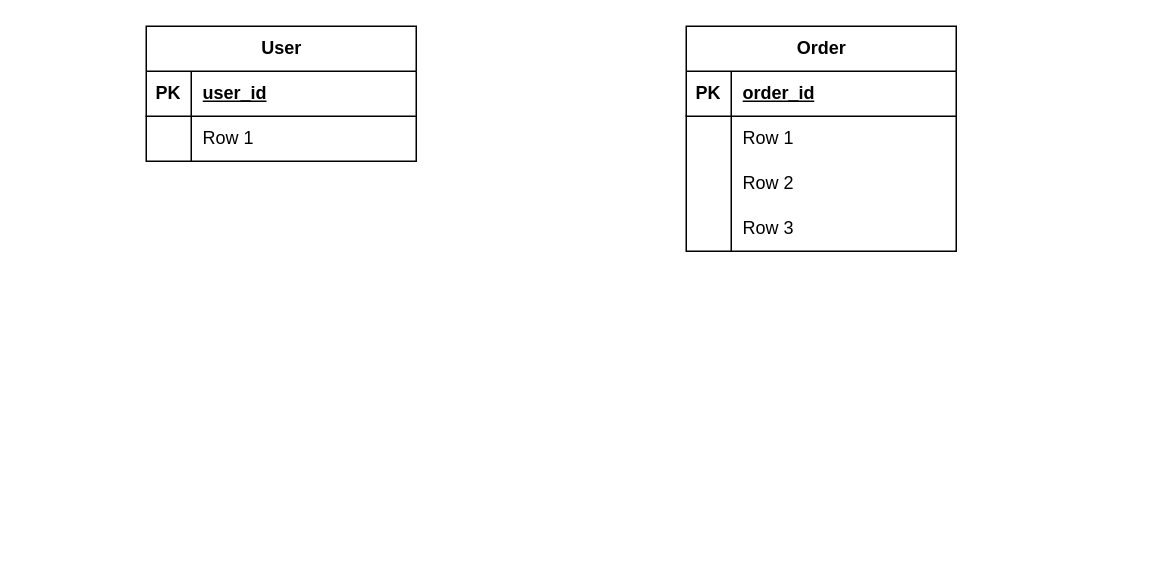
The draw.io diagram page "database" (1 of 2) of docs/diagram.drawio in vintoniuk/anadeabot, before the edit. Source tidied: cells renumbered, new cells numbered last; positions are measured from the earlier drawing's top-left corner, leaving out a move shared by most shapes. Both pictures are drawn from the tidied source at 150%, with x=0, y=0 at pixel (146, 26).
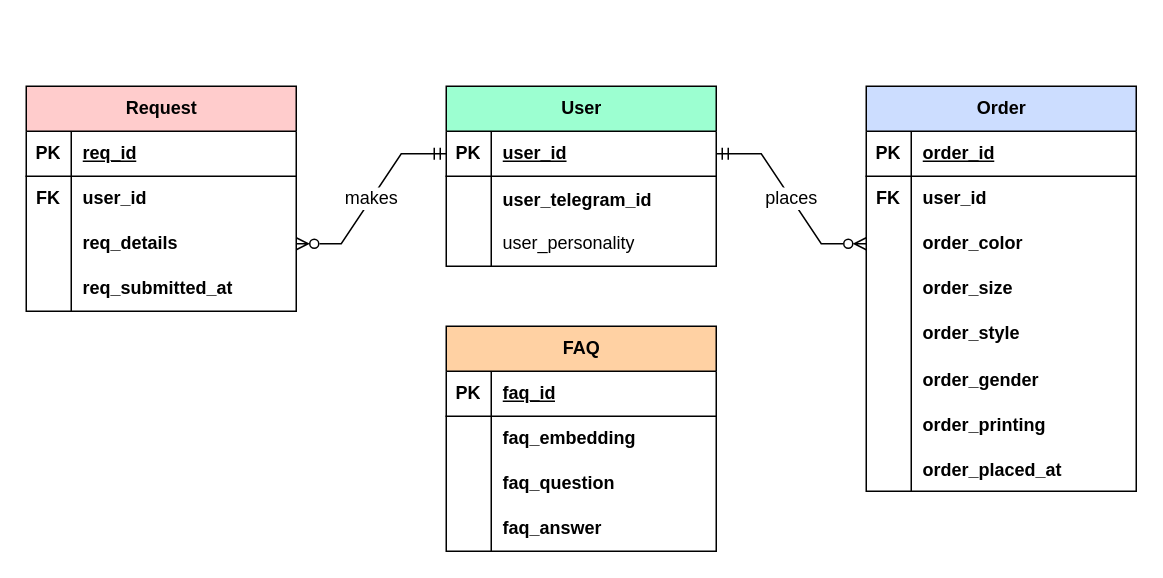
The same diagram, later.

The edit, as a diff of the source:
```diff
@@
-    <mxCell id="2" value="User" style="shape=table;startSize=30;childLayout=tableLayout;rowLines=0;fontStyle=1;align=center;html=1;" parent="1" vertex="1">
-      <mxGeometry width="180" height="90" as="geometry" />
+    <mxCell id="2" value="User" style="shape=table;startSize=30;childLayout=tableLayout;rowLines=0;fontStyle=1;align=center;html=1;fillColor=#9CFFD1;fontFamily=JetBrains Mono;swimlaneFillColor=default;" parent="1" vertex="1">
+      <mxGeometry x="200" y="40" width="180" height="120" as="geometry" />
     </mxCell>
-    <mxCell id="3" style="shape=tableRow;horizontal=0;startSize=0;swimlaneHead=0;swimlaneBody=0;fillColor=none;points=[[0,0.5],[1,0.5]];portConstraint=eastwest;top=0;left=0;right=0;bottom=1;" parent="2" vertex="1">
+    <mxCell id="3" style="shape=tableRow;horizontal=0;startSize=0;swimlaneHead=0;swimlaneBody=0;fillColor=none;points=[[0,0.5],[1,0.5]];portConstraint=eastwest;top=0;left=0;right=0;bottom=1;fontFamily=JetBrains Mono;" parent="2" vertex="1">
       <mxGeometry y="30" width="180" height="30" as="geometry" />
     </mxCell>
-    <mxCell id="4" value="PK" style="shape=partialRectangle;fillColor=none;top=0;left=0;bottom=0;right=0;fontStyle=1;overflow=hidden;whiteSpace=wrap;html=1;" parent="3" vertex="1">
+    <mxCell id="4" value="PK" style="shape=partialRectangle;fillColor=none;top=0;left=0;bottom=0;right=0;fontStyle=1;overflow=hidden;whiteSpace=wrap;html=1;fontFamily=JetBrains Mono;" parent="3" vertex="1">
       <mxGeometry width="30" height="30" as="geometry" />
     </mxCell>
-    <mxCell id="5" value="user_id" style="shape=partialRectangle;fillColor=none;top=0;left=0;bottom=0;right=0;align=left;spacingLeft=6;fontStyle=5;overflow=hidden;whiteSpace=wrap;html=1;" parent="3" vertex="1">
+    <mxCell id="5" value="user_id" style="shape=partialRectangle;fillColor=none;top=0;left=0;bottom=0;right=0;align=left;spacingLeft=6;fontStyle=5;overflow=hidden;whiteSpace=wrap;html=1;fontFamily=JetBrains Mono;" parent="3" vertex="1">
       <mxGeometry x="30" width="150" height="30" as="geometry" />
     </mxCell>
+    <mxCell id="22" style="shape=tableRow;horizontal=0;startSize=0;swimlaneHead=0;swimlaneBody=0;fillColor=none;top=0;left=0;right=0;bottom=0;" parent="2" vertex="1">
+      <mxGeometry y="60" width="180" height="30" as="geometry" />
+    </mxCell>
+    <mxCell id="23" style="shape=partialRectangle;fillColor=none;top=0;left=0;bottom=0;right=0;overflow=hidden;" parent="22" vertex="1">
+      <mxGeometry width="30" height="30" as="geometry" />
+    </mxCell>
+    <mxCell id="24" value="user_telegram_id" style="shape=partialRectangle;fillColor=none;top=0;left=0;bottom=0;right=0;align=left;spacingLeft=6;overflow=hidden;fontStyle=1;" parent="22" vertex="1">
+      <mxGeometry x="30" width="150" height="30" as="geometry" />
+    </mxCell>
-    <mxCell id="6" style="shape=tableRow;horizontal=0;startSize=0;swimlaneHead=0;swimlaneBody=0;fillColor=none;top=0;left=0;right=0;bottom=0;" parent="2" vertex="1">
-      <mxGeometry y="60" width="180" height="30" as="geometry" />
+    <mxCell id="6" style="shape=tableRow;horizontal=0;startSize=0;swimlaneHead=0;swimlaneBody=0;fillColor=none;top=0;left=0;right=0;bottom=0;fontFamily=JetBrains Mono;" parent="2" vertex="1">
+      <mxGeometry y="90" width="180" height="30" as="geometry" />
     </mxCell>
-    <mxCell id="7" style="shape=partialRectangle;fillColor=none;top=0;left=0;bottom=0;right=0;overflow=hidden;whiteSpace=wrap;html=1;" parent="6" vertex="1">
+    <mxCell id="7" style="shape=partialRectangle;fillColor=none;top=0;left=0;bottom=0;right=0;overflow=hidden;whiteSpace=wrap;html=1;fontFamily=JetBrains Mono;" parent="6" vertex="1">
       <mxGeometry width="30" height="30" as="geometry" />
     </mxCell>
-    <mxCell id="8" value="Row 1" style="shape=partialRectangle;fillColor=none;top=0;left=0;bottom=0;right=0;align=left;spacingLeft=6;overflow=hidden;whiteSpace=wrap;html=1;" parent="6" vertex="1">
+    <mxCell id="8" value="user_personality" style="shape=partialRectangle;fillColor=none;top=0;left=0;bottom=0;right=0;align=left;spacingLeft=6;overflow=hidden;whiteSpace=wrap;html=1;fontFamily=JetBrains Mono;fontStyle=0;" parent="6" vertex="1">
       <mxGeometry x="30" width="150" height="30" as="geometry" />
     </mxCell>
-    <mxCell id="9" value="Order" style="shape=table;startSize=30;childLayout=tableLayout;rowLines=0;fontStyle=1;align=center;html=1;" parent="1" vertex="1">
-      <mxGeometry x="360" width="180" height="150" as="geometry" />
+    <mxCell id="9" value="Order" style="shape=table;startSize=30;childLayout=tableLayout;rowLines=0;fontStyle=1;align=center;html=1;fillColor=#CCDDFF;fontFamily=JetBrains Mono;rounded=0;shadow=0;swimlaneFillColor=default;swimlaneLine=1;gradientColor=none;" parent="1" vertex="1">
+      <mxGeometry x="480" y="40" width="180" height="270" as="geometry" />
     </mxCell>
-    <mxCell id="10" style="shape=tableRow;horizontal=0;startSize=0;swimlaneHead=0;swimlaneBody=0;fillColor=none;top=0;left=0;right=0;bottom=1;" parent="9" vertex="1">
+    <mxCell id="10" style="shape=tableRow;horizontal=0;startSize=0;swimlaneHead=0;swimlaneBody=0;fillColor=none;top=0;left=0;right=0;bottom=1;fontFamily=JetBrains Mono;" parent="9" vertex="1">
       <mxGeometry y="30" width="180" height="30" as="geometry" />
     </mxCell>
-    <mxCell id="11" value="PK" style="shape=partialRectangle;fillColor=none;top=0;left=0;bottom=0;right=0;fontStyle=1;overflow=hidden;whiteSpace=wrap;html=1;" parent="10" vertex="1">
+    <mxCell id="11" value="PK" style="shape=partialRectangle;fillColor=none;top=0;left=0;bottom=0;right=0;fontStyle=1;overflow=hidden;whiteSpace=wrap;html=1;fontFamily=JetBrains Mono;" parent="10" vertex="1">
       <mxGeometry width="30" height="30" as="geometry" />
     </mxCell>
-    <mxCell id="12" value="order_id" style="shape=partialRectangle;fillColor=none;top=0;left=0;bottom=0;right=0;align=left;spacingLeft=6;fontStyle=5;overflow=hidden;whiteSpace=wrap;html=1;" parent="10" vertex="1">
+    <mxCell id="12" value="order_id" style="shape=partialRectangle;fillColor=none;top=0;left=0;bottom=0;right=0;align=left;spacingLeft=6;fontStyle=5;overflow=hidden;whiteSpace=wrap;html=1;fontFamily=JetBrains Mono;" parent="10" vertex="1">
       <mxGeometry x="30" width="150" height="30" as="geometry" />
     </mxCell>
+    <mxCell id="25" style="shape=tableRow;horizontal=0;startSize=0;swimlaneHead=0;swimlaneBody=0;fillColor=none;top=0;left=0;right=0;bottom=0;fontStyle=1;fontFamily=JetBrains Mono;" parent="9" vertex="1">
+      <mxGeometry y="60" width="180" height="30" as="geometry" />
+    </mxCell>
+    <mxCell id="26" value="FK" style="shape=partialRectangle;fillColor=none;top=0;left=0;bottom=0;right=0;fontStyle=1;overflow=hidden;whiteSpace=wrap;html=1;fontFamily=JetBrains Mono;" parent="25" vertex="1">
+      <mxGeometry width="30" height="30" as="geometry" />
+    </mxCell>
+    <mxCell id="27" value="user_id" style="shape=partialRectangle;fillColor=none;top=0;left=0;bottom=0;right=0;align=left;spacingLeft=6;fontStyle=1;overflow=hidden;whiteSpace=wrap;html=1;fontFamily=JetBrains Mono;" parent="25" vertex="1">
+      <mxGeometry x="30" width="150" height="30" as="geometry" />
+    </mxCell>
-    <mxCell id="13" style="shape=tableRow;horizontal=0;startSize=0;swimlaneHead=0;swimlaneBody=0;fillColor=none;points=[[0,0.5],[1,0.5]];portConstraint=eastwest;top=0;left=0;right=0;bottom=0;" parent="9" vertex="1">
-      <mxGeometry y="60" width="180" height="30" as="geometry" />
+    <mxCell id="13" style="shape=tableRow;horizontal=0;startSize=0;swimlaneHead=0;swimlaneBody=0;fillColor=none;points=[[0,0.5],[1,0.5]];portConstraint=eastwest;top=0;left=0;right=0;bottom=0;fontFamily=JetBrains Mono;" parent="9" vertex="1">
+      <mxGeometry y="90" width="180" height="30" as="geometry" />
     </mxCell>
-    <mxCell id="14" style="shape=partialRectangle;fillColor=none;top=0;left=0;bottom=0;right=0;overflow=hidden;whiteSpace=wrap;html=1;" parent="13" vertex="1">
+    <mxCell id="14" style="shape=partialRectangle;fillColor=none;top=0;left=0;bottom=0;right=0;overflow=hidden;whiteSpace=wrap;html=1;fontFamily=JetBrains Mono;" parent="13" vertex="1">
       <mxGeometry width="30" height="30" as="geometry" />
     </mxCell>
-    <mxCell id="15" value="Row 1" style="shape=partialRectangle;fillColor=none;top=0;left=0;bottom=0;right=0;align=left;spacingLeft=6;overflow=hidden;whiteSpace=wrap;html=1;" parent="13" vertex="1">
+    <mxCell id="15" value="order_color" style="shape=partialRectangle;fillColor=none;top=0;left=0;bottom=0;right=0;align=left;spacingLeft=6;overflow=hidden;whiteSpace=wrap;html=1;fontStyle=1;fontFamily=JetBrains Mono;" parent="13" vertex="1">
       <mxGeometry x="30" width="150" height="30" as="geometry" />
     </mxCell>
-    <mxCell id="16" style="shape=tableRow;horizontal=0;startSize=0;swimlaneHead=0;swimlaneBody=0;fillColor=none;top=0;left=0;right=0;bottom=0;" parent="9" vertex="1">
-      <mxGeometry y="90" width="180" height="30" as="geometry" />
+    <mxCell id="16" style="shape=tableRow;horizontal=0;startSize=0;swimlaneHead=0;swimlaneBody=0;fillColor=none;top=0;left=0;right=0;bottom=0;fontFamily=JetBrains Mono;" parent="9" vertex="1">
+      <mxGeometry y="120" width="180" height="30" as="geometry" />
     </mxCell>
-    <mxCell id="17" style="shape=partialRectangle;fillColor=none;top=0;left=0;bottom=0;right=0;overflow=hidden;whiteSpace=wrap;html=1;" parent="16" vertex="1">
+    <mxCell id="17" style="shape=partialRectangle;fillColor=none;top=0;left=0;bottom=0;right=0;overflow=hidden;whiteSpace=wrap;html=1;fontFamily=JetBrains Mono;" parent="16" vertex="1">
       <mxGeometry width="30" height="30" as="geometry" />
     </mxCell>
-    <mxCell id="18" value="Row 2" style="shape=partialRectangle;fillColor=none;top=0;left=0;bottom=0;right=0;align=left;spacingLeft=6;overflow=hidden;whiteSpace=wrap;html=1;" parent="16" vertex="1">
+    <mxCell id="18" value="order_size" style="shape=partialRectangle;fillColor=none;top=0;left=0;bottom=0;right=0;align=left;spacingLeft=6;overflow=hidden;whiteSpace=wrap;html=1;fontStyle=1;fontFamily=JetBrains Mono;" parent="16" vertex="1">
       <mxGeometry x="30" width="150" height="30" as="geometry" />
     </mxCell>
-    <mxCell id="19" style="shape=tableRow;horizontal=0;startSize=0;swimlaneHead=0;swimlaneBody=0;fillColor=none;top=0;left=0;right=0;bottom=0;" parent="9" vertex="1">
-      <mxGeometry y="120" width="180" height="30" as="geometry" />
+    <mxCell id="19" style="shape=tableRow;horizontal=0;startSize=0;swimlaneHead=0;swimlaneBody=0;fillColor=none;top=0;left=0;right=0;bottom=0;fontFamily=JetBrains Mono;" parent="9" vertex="1">
+      <mxGeometry y="150" width="180" height="30" as="geometry" />
     </mxCell>
-    <mxCell id="20" style="shape=partialRectangle;fillColor=none;top=0;left=0;bottom=0;right=0;overflow=hidden;whiteSpace=wrap;html=1;" parent="19" vertex="1">
+    <mxCell id="20" style="shape=partialRectangle;fillColor=none;top=0;left=0;bottom=0;right=0;overflow=hidden;whiteSpace=wrap;html=1;fontFamily=JetBrains Mono;" parent="19" vertex="1">
       <mxGeometry width="30" height="30" as="geometry" />
     </mxCell>
-    <mxCell id="21" value="Row 3" style="shape=partialRectangle;fillColor=none;top=0;left=0;bottom=0;right=0;align=left;spacingLeft=6;overflow=hidden;whiteSpace=wrap;html=1;" parent="19" vertex="1">
+    <mxCell id="21" value="&lt;b&gt;order_style&lt;/b&gt;" style="shape=partialRectangle;fillColor=none;top=0;left=0;bottom=0;right=0;align=left;spacingLeft=6;overflow=hidden;whiteSpace=wrap;html=1;fontFamily=JetBrains Mono;" parent="19" vertex="1">
       <mxGeometry x="30" width="150" height="30" as="geometry" />
     </mxCell>
+    <mxCell id="28" style="shape=tableRow;horizontal=0;startSize=0;swimlaneHead=0;swimlaneBody=0;fillColor=none;top=0;left=0;right=0;bottom=0;fontFamily=JetBrains Mono;" parent="9" vertex="1">
+      <mxGeometry y="180" width="180" height="30" as="geometry" />
+    </mxCell>
+    <mxCell id="29" style="shape=partialRectangle;fillColor=none;top=0;left=0;bottom=0;right=0;overflow=hidden;fontFamily=JetBrains Mono;" parent="28" vertex="1">
+      <mxGeometry width="30" height="30" as="geometry" />
+    </mxCell>
+    <mxCell id="30" value="order_gender" style="shape=partialRectangle;fillColor=none;top=0;left=0;bottom=0;right=0;align=left;spacingLeft=6;overflow=hidden;fontStyle=1;fontFamily=JetBrains Mono;" parent="28" vertex="1">
+      <mxGeometry x="30" width="150" height="30" as="geometry" />
+    </mxCell>
+    <mxCell id="31" style="shape=tableRow;horizontal=0;startSize=0;swimlaneHead=0;swimlaneBody=0;fillColor=none;top=0;left=0;right=0;bottom=0;fontFamily=JetBrains Mono;" parent="9" vertex="1">
+      <mxGeometry y="210" width="180" height="30" as="geometry" />
+    </mxCell>
+    <mxCell id="32" style="shape=partialRectangle;fillColor=none;top=0;left=0;bottom=0;right=0;overflow=hidden;fontFamily=JetBrains Mono;" parent="31" vertex="1">
+      <mxGeometry width="30" height="30" as="geometry" />
+    </mxCell>
+    <mxCell id="33" value="order_printing" style="shape=partialRectangle;fillColor=none;top=0;left=0;bottom=0;right=0;align=left;spacingLeft=6;overflow=hidden;fontStyle=1;fontFamily=JetBrains Mono;" parent="31" vertex="1">
+      <mxGeometry x="30" width="150" height="30" as="geometry" />
+    </mxCell>
+    <mxCell id="34" style="shape=tableRow;horizontal=0;startSize=0;swimlaneHead=0;swimlaneBody=0;fillColor=none;top=0;left=0;right=0;bottom=0;fontFamily=JetBrains Mono;" parent="9" vertex="1">
+      <mxGeometry y="240" width="180" height="30" as="geometry" />
+    </mxCell>
+    <mxCell id="35" style="shape=partialRectangle;fillColor=none;top=0;left=0;bottom=0;right=0;overflow=hidden;fontFamily=JetBrains Mono;" parent="34" vertex="1">
+      <mxGeometry width="30" height="30" as="geometry" />
+    </mxCell>
+    <mxCell id="36" value="order_placed_at" style="shape=partialRectangle;fillColor=none;top=0;left=0;bottom=0;right=0;align=left;spacingLeft=6;overflow=hidden;fontStyle=1;fontFamily=JetBrains Mono;" parent="34" vertex="1">
+      <mxGeometry x="30" width="150" height="30" as="geometry" />
+    </mxCell>
+    <mxCell id="37" value="FAQ" style="shape=table;startSize=30;childLayout=tableLayout;rowLines=0;fontStyle=1;align=center;html=1;fillColor=#FFD1A3;fontFamily=JetBrains Mono;swimlaneFillColor=default;shadow=0;" parent="1" vertex="1">
+      <mxGeometry x="200" y="200" width="180" height="150" as="geometry" />
+    </mxCell>
+    <mxCell id="38" style="shape=tableRow;horizontal=0;startSize=0;swimlaneHead=0;swimlaneBody=0;fillColor=none;top=0;left=0;right=0;bottom=1;fontFamily=JetBrains Mono;" parent="37" vertex="1">
+      <mxGeometry y="30" width="180" height="30" as="geometry" />
+    </mxCell>
+    <mxCell id="39" value="PK" style="shape=partialRectangle;fillColor=none;top=0;left=0;bottom=0;right=0;fontStyle=1;overflow=hidden;whiteSpace=wrap;html=1;fontFamily=JetBrains Mono;" parent="38" vertex="1">
+      <mxGeometry width="30" height="30" as="geometry" />
+    </mxCell>
+    <mxCell id="40" value="faq_id" style="shape=partialRectangle;fillColor=none;top=0;left=0;bottom=0;right=0;align=left;spacingLeft=6;fontStyle=5;overflow=hidden;whiteSpace=wrap;html=1;fontFamily=JetBrains Mono;" parent="38" vertex="1">
+      <mxGeometry x="30" width="150" height="30" as="geometry" />
+    </mxCell>
+    <mxCell id="41" style="shape=tableRow;horizontal=0;startSize=0;swimlaneHead=0;swimlaneBody=0;fillColor=none;top=0;left=0;right=0;bottom=0;fontFamily=JetBrains Mono;" parent="37" vertex="1">
+      <mxGeometry y="60" width="180" height="30" as="geometry" />
+    </mxCell>
+    <mxCell id="42" style="shape=partialRectangle;fillColor=none;top=0;left=0;bottom=0;right=0;overflow=hidden;whiteSpace=wrap;html=1;fontFamily=JetBrains Mono;" parent="41" vertex="1">
+      <mxGeometry width="30" height="30" as="geometry" />
+    </mxCell>
+    <mxCell id="43" value="faq_embedding" style="shape=partialRectangle;fillColor=none;top=0;left=0;bottom=0;right=0;align=left;spacingLeft=6;overflow=hidden;whiteSpace=wrap;html=1;fontStyle=1;fontFamily=JetBrains Mono;" parent="41" vertex="1">
+      <mxGeometry x="30" width="150" height="30" as="geometry" />
+    </mxCell>
+    <mxCell id="44" style="shape=tableRow;horizontal=0;startSize=0;swimlaneHead=0;swimlaneBody=0;fillColor=none;top=0;left=0;right=0;bottom=0;fontFamily=JetBrains Mono;" parent="37" vertex="1">
+      <mxGeometry y="90" width="180" height="30" as="geometry" />
+    </mxCell>
+    <mxCell id="45" style="shape=partialRectangle;fillColor=none;top=0;left=0;bottom=0;right=0;overflow=hidden;whiteSpace=wrap;html=1;fontFamily=JetBrains Mono;" parent="44" vertex="1">
+      <mxGeometry width="30" height="30" as="geometry" />
+    </mxCell>
+    <mxCell id="46" value="faq_question" style="shape=partialRectangle;fillColor=none;top=0;left=0;bottom=0;right=0;align=left;spacingLeft=6;overflow=hidden;whiteSpace=wrap;html=1;fontStyle=1;fontFamily=JetBrains Mono;" parent="44" vertex="1">
+      <mxGeometry x="30" width="150" height="30" as="geometry" />
+    </mxCell>
+    <mxCell id="47" style="shape=tableRow;horizontal=0;startSize=0;swimlaneHead=0;swimlaneBody=0;fillColor=none;top=0;left=0;right=0;bottom=0;fontFamily=JetBrains Mono;" parent="37" vertex="1">
+      <mxGeometry y="120" width="180" height="30" as="geometry" />
+    </mxCell>
+    <mxCell id="48" style="shape=partialRectangle;fillColor=none;top=0;left=0;bottom=0;right=0;overflow=hidden;whiteSpace=wrap;html=1;fontFamily=JetBrains Mono;" parent="47" vertex="1">
+      <mxGeometry width="30" height="30" as="geometry" />
+    </mxCell>
+    <mxCell id="49" value="faq_answer" style="shape=partialRectangle;fillColor=none;top=0;left=0;bottom=0;right=0;align=left;spacingLeft=6;overflow=hidden;whiteSpace=wrap;html=1;fontStyle=1;fontFamily=JetBrains Mono;" parent="47" vertex="1">
+      <mxGeometry x="30" width="150" height="30" as="geometry" />
+    </mxCell>
+    <mxCell id="50" value="Request" style="shape=table;startSize=30;childLayout=tableLayout;rowLines=0;fontStyle=1;align=center;html=1;fillColor=#FFCCCC;fontFamily=JetBrains Mono;swimlaneFillColor=default;" parent="1" vertex="1">
+      <mxGeometry x="-80" y="40" width="180" height="150" as="geometry" />
+    </mxCell>
+    <mxCell id="51" style="shape=tableRow;horizontal=0;startSize=0;swimlaneHead=0;swimlaneBody=0;fillColor=none;top=0;left=0;right=0;bottom=1;fontFamily=JetBrains Mono;" parent="50" vertex="1">
+      <mxGeometry y="30" width="180" height="30" as="geometry" />
+    </mxCell>
+    <mxCell id="52" value="PK" style="shape=partialRectangle;fillColor=none;top=0;left=0;bottom=0;right=0;fontStyle=1;overflow=hidden;whiteSpace=wrap;html=1;fontFamily=JetBrains Mono;" parent="51" vertex="1">
+      <mxGeometry width="30" height="30" as="geometry" />
+    </mxCell>
+    <mxCell id="53" value="req_id" style="shape=partialRectangle;fillColor=none;top=0;left=0;bottom=0;right=0;align=left;spacingLeft=6;fontStyle=5;overflow=hidden;whiteSpace=wrap;html=1;fontFamily=JetBrains Mono;" parent="51" vertex="1">
+      <mxGeometry x="30" width="150" height="30" as="geometry" />
+    </mxCell>
+    <mxCell id="54" style="shape=tableRow;horizontal=0;startSize=0;swimlaneHead=0;swimlaneBody=0;fillColor=none;top=0;left=0;right=0;bottom=0;fontFamily=JetBrains Mono;" parent="50" vertex="1">
+      <mxGeometry y="60" width="180" height="30" as="geometry" />
+    </mxCell>
+    <mxCell id="55" value="FK" style="shape=partialRectangle;fillColor=none;top=0;left=0;bottom=0;right=0;fontStyle=1;overflow=hidden;whiteSpace=wrap;html=1;fontFamily=JetBrains Mono;" parent="54" vertex="1">
+      <mxGeometry width="30" height="30" as="geometry" />
+    </mxCell>
+    <mxCell id="56" value="user_id" style="shape=partialRectangle;fillColor=none;top=0;left=0;bottom=0;right=0;align=left;spacingLeft=6;fontStyle=1;overflow=hidden;whiteSpace=wrap;html=1;fontFamily=JetBrains Mono;" parent="54" vertex="1">
+      <mxGeometry x="30" width="150" height="30" as="geometry" />
+    </mxCell>
+    <mxCell id="57" style="shape=tableRow;horizontal=0;startSize=0;swimlaneHead=0;swimlaneBody=0;fillColor=none;points=[[0,0.5],[1,0.5]];portConstraint=eastwest;top=0;left=0;right=0;bottom=0;fontFamily=JetBrains Mono;" parent="50" vertex="1">
+      <mxGeometry y="90" width="180" height="30" as="geometry" />
+    </mxCell>
+    <mxCell id="58" style="shape=partialRectangle;fillColor=none;top=0;left=0;bottom=0;right=0;overflow=hidden;whiteSpace=wrap;html=1;fontFamily=JetBrains Mono;" parent="57" vertex="1">
+      <mxGeometry width="30" height="30" as="geometry" />
+    </mxCell>
+    <mxCell id="59" value="req_details" style="shape=partialRectangle;fillColor=none;top=0;left=0;bottom=0;right=0;align=left;spacingLeft=6;overflow=hidden;whiteSpace=wrap;html=1;fontStyle=1;fontFamily=JetBrains Mono;" parent="57" vertex="1">
+      <mxGeometry x="30" width="150" height="30" as="geometry" />
+    </mxCell>
+    <mxCell id="60" style="shape=tableRow;horizontal=0;startSize=0;swimlaneHead=0;swimlaneBody=0;fillColor=none;top=0;left=0;right=0;bottom=0;fontFamily=JetBrains Mono;" parent="50" vertex="1">
+      <mxGeometry y="120" width="180" height="30" as="geometry" />
+    </mxCell>
+    <mxCell id="61" style="shape=partialRectangle;fillColor=none;top=0;left=0;bottom=0;right=0;overflow=hidden;whiteSpace=wrap;html=1;fontFamily=JetBrains Mono;" parent="60" vertex="1">
+      <mxGeometry width="30" height="30" as="geometry" />
+    </mxCell>
+    <mxCell id="62" value="req_submitted_at" style="shape=partialRectangle;fillColor=none;top=0;left=0;bottom=0;right=0;align=left;spacingLeft=6;overflow=hidden;whiteSpace=wrap;html=1;fontStyle=1;fontFamily=JetBrains Mono;" parent="60" vertex="1">
+      <mxGeometry x="30" width="150" height="30" as="geometry" />
+    </mxCell>
+    <mxCell id="63" value="places" style="edgeStyle=entityRelationEdgeStyle;rounded=0;jettySize=auto;html=1;exitX=1;exitY=0.5;exitDx=0;exitDy=0;entryX=0;entryY=0.5;entryDx=0;entryDy=0;endArrow=ERzeroToMany;endFill=0;startArrow=ERmandOne;startFill=0;fontSize=12;fontFamily=JetBrains Mono;" parent="1" edge="1" source="3" target="13">
+      <mxGeometry relative="1" as="geometry" />
+    </mxCell>
+    <mxCell id="64" value="makes" style="edgeStyle=entityRelationEdgeStyle;rounded=0;jettySize=auto;html=1;exitX=0;exitY=0.5;exitDx=0;exitDy=0;entryX=1;entryY=0.5;entryDx=0;entryDy=0;endArrow=ERzeroToMany;endFill=0;startArrow=ERmandOne;startFill=0;fontSize=12;fontFamily=JetBrains Mono;" parent="1" edge="1" source="3" target="57">
+      <mxGeometry relative="1" as="geometry" />
+    </mxCell>
```
